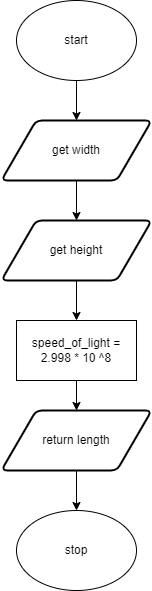
Earlier version of the draw.io export flow.png (devin-jhu/ics4u-unit1-05-typescript). Source tidied: cells renumbered, new cells last; positions are measured from the earlier drawing's top-left corner, leaving out a move shared by most shapes. The source it was exported from:
```xml
<mxGraphModel>
  <root>
    <mxCell id="0" />
    <mxCell id="1" parent="0" />
    <mxCell id="2" style="edgeStyle=none;html=1;exitX=0.5;exitY=1;exitDx=0;exitDy=0;entryX=0.5;entryY=0;entryDx=0;entryDy=0;" parent="1" edge="1" source="3" target="6">
      <mxGeometry relative="1" as="geometry" />
    </mxCell>
    <mxCell id="3" value="start" style="ellipse;whiteSpace=wrap;html=1;" parent="1" vertex="1">
      <mxGeometry x="15" width="120" height="80" as="geometry" />
    </mxCell>
    <mxCell id="4" value="stop" style="ellipse;whiteSpace=wrap;html=1;" parent="1" vertex="1">
      <mxGeometry x="15" y="510" width="120" height="80" as="geometry" />
    </mxCell>
    <mxCell id="5" style="edgeStyle=orthogonalEdgeStyle;shape=connector;rounded=0;html=1;exitX=0.5;exitY=1;exitDx=0;exitDy=0;entryX=0.5;entryY=0;entryDx=0;entryDy=0;labelBackgroundColor=default;fontFamily=Helvetica;fontSize=11;fontColor=default;endArrow=classic;strokeColor=default;" parent="1" edge="1" source="6" target="12">
      <mxGeometry relative="1" as="geometry" />
    </mxCell>
    <mxCell id="6" value="get width" style="shape=parallelogram;html=1;strokeWidth=2;perimeter=parallelogramPerimeter;whiteSpace=wrap;rounded=1;arcSize=12;size=0.23;" parent="1" vertex="1">
      <mxGeometry y="120" width="150" height="60" as="geometry" />
    </mxCell>
    <mxCell id="7" style="edgeStyle=orthogonalEdgeStyle;shape=connector;rounded=0;html=1;exitX=0.5;exitY=1;exitDx=0;exitDy=0;entryX=0.5;entryY=0;entryDx=0;entryDy=0;labelBackgroundColor=default;fontFamily=Helvetica;fontSize=11;fontColor=default;endArrow=classic;strokeColor=default;" parent="1" edge="1" source="8" target="10">
      <mxGeometry relative="1" as="geometry" />
    </mxCell>
    <mxCell id="8" value="speed_of_light = 2.998 * 10 ^8" style="rounded=0;whiteSpace=wrap;html=1;" parent="1" vertex="1">
      <mxGeometry x="15" y="320" width="120" height="60" as="geometry" />
    </mxCell>
    <mxCell id="9" style="edgeStyle=orthogonalEdgeStyle;shape=connector;rounded=0;html=1;exitX=0.5;exitY=1;exitDx=0;exitDy=0;labelBackgroundColor=default;fontFamily=Helvetica;fontSize=11;fontColor=default;endArrow=classic;strokeColor=default;" parent="1" edge="1" source="10" target="4">
      <mxGeometry relative="1" as="geometry" />
    </mxCell>
    <mxCell id="10" value="return length" style="shape=parallelogram;html=1;strokeWidth=2;perimeter=parallelogramPerimeter;whiteSpace=wrap;rounded=1;arcSize=12;size=0.23;" parent="1" vertex="1">
      <mxGeometry y="410" width="150" height="60" as="geometry" />
    </mxCell>
    <mxCell id="11" style="edgeStyle=orthogonalEdgeStyle;shape=connector;rounded=0;html=1;exitX=0.5;exitY=1;exitDx=0;exitDy=0;entryX=0.5;entryY=0;entryDx=0;entryDy=0;labelBackgroundColor=default;fontFamily=Helvetica;fontSize=11;fontColor=default;endArrow=classic;strokeColor=default;" parent="1" edge="1" source="12" target="8">
      <mxGeometry relative="1" as="geometry" />
    </mxCell>
    <mxCell id="12" value="get height" style="shape=parallelogram;html=1;strokeWidth=2;perimeter=parallelogramPerimeter;whiteSpace=wrap;rounded=1;arcSize=12;size=0.23;" parent="1" vertex="1">
      <mxGeometry y="220" width="150" height="60" as="geometry" />
    </mxCell>
  </root>
</mxGraphModel>
```
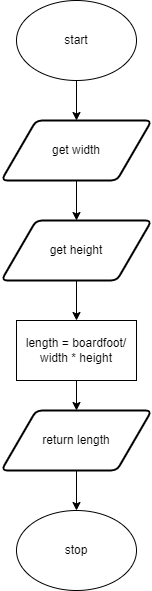
The same file after the commit.

Diff of the diagram source:
```diff
@@ -20,7 +20,7 @@
     <mxCell id="7" style="edgeStyle=orthogonalEdgeStyle;shape=connector;rounded=0;html=1;exitX=0.5;exitY=1;exitDx=0;exitDy=0;entryX=0.5;entryY=0;entryDx=0;entryDy=0;labelBackgroundColor=default;fontFamily=Helvetica;fontSize=11;fontColor=default;endArrow=classic;strokeColor=default;" parent="1" edge="1" source="8" target="10">
       <mxGeometry relative="1" as="geometry" />
     </mxCell>
-    <mxCell id="8" value="speed_of_light = 2.998 * 10 ^8" style="rounded=0;whiteSpace=wrap;html=1;" parent="1" vertex="1">
+    <mxCell id="8" value="length = boardfoot/ width * height" style="rounded=0;whiteSpace=wrap;html=1;" parent="1" vertex="1">
       <mxGeometry x="15" y="320" width="120" height="60" as="geometry" />
     </mxCell>
     <mxCell id="9" style="edgeStyle=orthogonalEdgeStyle;shape=connector;rounded=0;html=1;exitX=0.5;exitY=1;exitDx=0;exitDy=0;labelBackgroundColor=default;fontFamily=Helvetica;fontSize=11;fontColor=default;endArrow=classic;strokeColor=default;" parent="1" edge="1" source="10" target="4">
```
